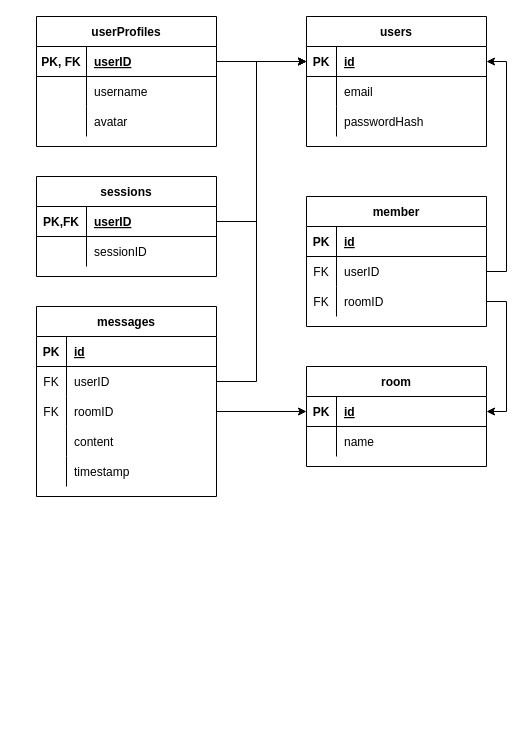
This is database.drawio from EliasEriksson/Chat.app, a draw.io file, before an edit. Source tidied: cells renumbered, new cells numbered last; positions are measured from the earlier drawing's top-left corner, leaving out a move shared by most shapes. Both pictures are drawn from the tidied source at 100%, with x=0, y=0 at pixel (36, 16).
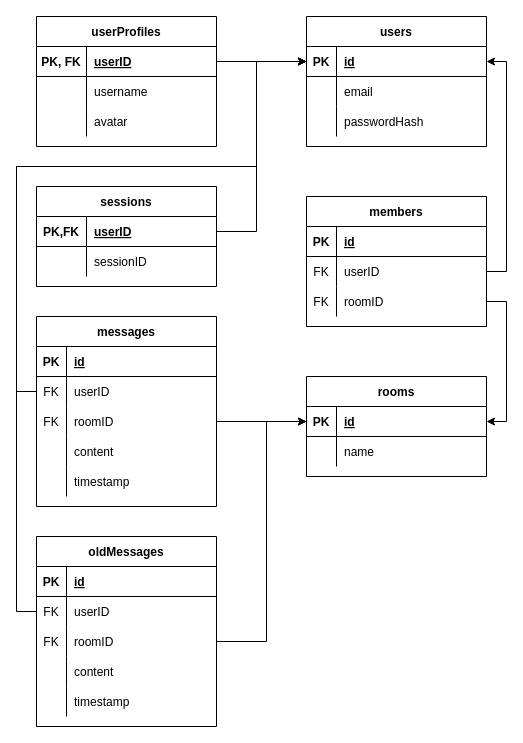
Above is the later version.

The change refers to these unchanged cells:
```xml
<mxCell id="3" style="shape=partialRectangle;fillColor=none;top=0;left=0;bottom=1;right=0;points=[[0,0.5],[1,0.5]];portConstraint=eastwest;" parent="2" vertex="1">
  <mxGeometry y="30" width="180" height="30" as="geometry" />
</mxCell>
<mxCell id="24" style="shape=partialRectangle;fillColor=none;top=0;left=0;bottom=1;right=0;points=[[0,0.5],[1,0.5]];portConstraint=eastwest;" parent="23" vertex="1">
  <mxGeometry y="30" width="180" height="30" as="geometry" />
</mxCell>
<mxCell id="32" style="shape=partialRectangle;fillColor=none;top=0;left=0;bottom=1;right=0;points=[[0,0.5],[1,0.5]];portConstraint=eastwest;" parent="31" vertex="1">
  <mxGeometry y="30" width="180" height="30" as="geometry" />
</mxCell>
<mxCell id="42" style="shape=partialRectangle;fillColor=none;top=0;left=0;bottom=0;right=0;points=[[0,0.5],[1,0.5]];portConstraint=eastwest;" parent="38" vertex="1">
  <mxGeometry y="60" width="180" height="30" as="geometry" />
</mxCell>
```

Diff of the diagram source:
```diff
@@
     <mxCell id="23" value="sessions" style="shape=table;startSize=30;childLayout=tableLayout;rowLines=0;fontStyle=1;align=center;" parent="1" vertex="1">
-      <mxGeometry y="160" width="180" height="100" as="geometry" />
+      <mxGeometry y="170" width="180" height="100" as="geometry" />
     </mxCell>
@@
-    <mxCell id="30" style="edgeStyle=orthogonalEdgeStyle;rounded=0;jettySize=auto;html=1;entryX=0;entryY=0.5;entryDx=0;entryDy=0;" parent="1" edge="1" source="24" target="3">
+    <mxCell id="30" style="edgeStyle=orthogonalEdgeStyle;rounded=0;jettySize=auto;html=1;entryX=0;entryY=0.5;entryDx=0;entryDy=0;exitX=1;exitY=0.5;exitDx=0;exitDy=0;" parent="1" edge="1" source="24" target="3">
       <mxGeometry relative="1" as="geometry">
         <Array as="points">
-          <mxPoint x="220" y="205" />
+          <mxPoint x="220" y="215" />
           <mxPoint x="220" y="45" />
-          <mxPoint x="270" y="45" />
         </Array>
       </mxGeometry>
     </mxCell>
-    <mxCell id="31" value="room" style="shape=table;startSize=30;childLayout=tableLayout;rowLines=0;fontStyle=1;align=center;" parent="1" vertex="1">
-      <mxGeometry x="270" y="350" width="180" height="100" as="geometry" />
+    <mxCell id="31" value="rooms" style="shape=table;startSize=30;childLayout=tableLayout;rowLines=0;fontStyle=1;align=center;" parent="1" vertex="1">
+      <mxGeometry x="270" y="360" width="180" height="100" as="geometry" />
     </mxCell>
@@
     <mxCell id="38" value="messages" style="shape=table;startSize=30;childLayout=tableLayout;rowLines=0;fontStyle=1;align=center;" parent="1" vertex="1">
-      <mxGeometry y="290" width="180" height="190" as="geometry" />
+      <mxGeometry y="300" width="180" height="190" as="geometry" />
     </mxCell>
@@
-    <mxCell id="54" style="edgeStyle=orthogonalEdgeStyle;rounded=0;jettySize=auto;html=1;entryX=0;entryY=0.5;entryDx=0;entryDy=0;exitX=1;exitY=0.5;exitDx=0;exitDy=0;" parent="1" edge="1" source="42" target="3">
+    <mxCell id="54" style="edgeStyle=orthogonalEdgeStyle;rounded=0;jettySize=auto;html=1;entryX=0;entryY=0.5;entryDx=0;entryDy=0;exitX=0;exitY=0.5;exitDx=0;exitDy=0;" parent="1" edge="1" source="42" target="3">
       <mxGeometry relative="1" as="geometry">
         <Array as="points">
-          <mxPoint x="220" y="365" />
+          <mxPoint x="-20" y="375" />
+          <mxPoint x="-20" y="150" />
+          <mxPoint x="220" y="150" />
           <mxPoint x="220" y="45" />
         </Array>
       </mxGeometry>
     </mxCell>
@@
-    <mxCell id="56" value="member" style="shape=table;startSize=30;childLayout=tableLayout;rowLines=0;fontStyle=1;align=center;" parent="1" vertex="1">
+    <mxCell id="56" value="members" style="shape=table;startSize=30;childLayout=tableLayout;rowLines=0;fontStyle=1;align=center;" parent="1" vertex="1">
       <mxGeometry x="270" y="180" width="180" height="130" as="geometry" />
     </mxCell>
@@
+    <mxCell id="68" value="oldMessages" style="shape=table;startSize=30;childLayout=tableLayout;rowLines=0;fontStyle=1;align=center;" parent="1" vertex="1">
+      <mxGeometry y="520" width="180" height="190" as="geometry" />
+    </mxCell>
+    <mxCell id="69" style="shape=partialRectangle;fillColor=none;top=0;left=0;bottom=1;right=0;" parent="68" vertex="1">
+      <mxGeometry y="30" width="180" height="30" as="geometry" />
+    </mxCell>
+    <mxCell id="70" value="PK" style="shape=partialRectangle;fillColor=none;top=0;left=0;bottom=0;right=0;fontStyle=1;overflow=hidden;" parent="69" vertex="1">
+      <mxGeometry width="30" height="30" as="geometry" />
+    </mxCell>
+    <mxCell id="71" value="id" style="shape=partialRectangle;fillColor=none;top=0;left=0;bottom=0;right=0;align=left;spacingLeft=6;fontStyle=5;overflow=hidden;" parent="69" vertex="1">
+      <mxGeometry x="30" width="150" height="30" as="geometry" />
+    </mxCell>
+    <mxCell id="72" style="shape=partialRectangle;fillColor=none;top=0;left=0;bottom=0;right=0;points=[[0,0.5],[1,0.5]];portConstraint=eastwest;" parent="68" vertex="1">
+      <mxGeometry y="60" width="180" height="30" as="geometry" />
+    </mxCell>
+    <mxCell id="73" value="FK" style="shape=partialRectangle;fillColor=none;top=0;left=0;bottom=0;right=0;overflow=hidden;" parent="72" vertex="1">
+      <mxGeometry width="30" height="30" as="geometry" />
+    </mxCell>
+    <mxCell id="74" value="userID" style="shape=partialRectangle;fillColor=none;top=0;left=0;bottom=0;right=0;align=left;spacingLeft=6;overflow=hidden;" parent="72" vertex="1">
+      <mxGeometry x="30" width="150" height="30" as="geometry" />
+    </mxCell>
+    <mxCell id="75" style="shape=partialRectangle;fillColor=none;top=0;left=0;bottom=0;right=0;points=[[0,0.5],[1,0.5]];portConstraint=eastwest;" parent="68" vertex="1">
+      <mxGeometry y="90" width="180" height="30" as="geometry" />
+    </mxCell>
+    <mxCell id="76" value="FK" style="shape=partialRectangle;fillColor=none;top=0;left=0;bottom=0;right=0;overflow=hidden;" parent="75" vertex="1">
+      <mxGeometry width="30" height="30" as="geometry" />
+    </mxCell>
+    <mxCell id="77" value="roomID" style="shape=partialRectangle;fillColor=none;top=0;left=0;bottom=0;right=0;align=left;spacingLeft=6;overflow=hidden;" parent="75" vertex="1">
+      <mxGeometry x="30" width="150" height="30" as="geometry" />
+    </mxCell>
+    <mxCell id="78" style="shape=partialRectangle;fillColor=none;top=0;left=0;bottom=0;right=0;" parent="68" vertex="1">
+      <mxGeometry y="120" width="180" height="30" as="geometry" />
+    </mxCell>
+    <mxCell id="79" style="shape=partialRectangle;fillColor=none;top=0;left=0;bottom=0;right=0;overflow=hidden;" parent="78" vertex="1">
+      <mxGeometry width="30" height="30" as="geometry" />
+    </mxCell>
+    <mxCell id="80" value="content" style="shape=partialRectangle;fillColor=none;top=0;left=0;bottom=0;right=0;align=left;spacingLeft=6;overflow=hidden;" parent="78" vertex="1">
+      <mxGeometry x="30" width="150" height="30" as="geometry" />
+    </mxCell>
+    <mxCell id="81" style="shape=partialRectangle;fillColor=none;top=0;left=0;bottom=0;right=0;" parent="68" vertex="1">
+      <mxGeometry y="150" width="180" height="30" as="geometry" />
+    </mxCell>
+    <mxCell id="82" style="shape=partialRectangle;fillColor=none;top=0;left=0;bottom=0;right=0;overflow=hidden;" parent="81" vertex="1">
+      <mxGeometry width="30" height="30" as="geometry" />
+    </mxCell>
+    <mxCell id="83" value="timestamp" style="shape=partialRectangle;fillColor=none;top=0;left=0;bottom=0;right=0;align=left;spacingLeft=6;overflow=hidden;" parent="81" vertex="1">
+      <mxGeometry x="30" width="150" height="30" as="geometry" />
+    </mxCell>
+    <mxCell id="84" style="edgeStyle=orthogonalEdgeStyle;rounded=0;jettySize=auto;html=1;exitX=0;exitY=0.5;exitDx=0;exitDy=0;entryX=0;entryY=0.5;entryDx=0;entryDy=0;" parent="1" edge="1" source="72" target="3">
+      <mxGeometry relative="1" as="geometry">
+        <Array as="points">
+          <mxPoint x="-20" y="595" />
+          <mxPoint x="-20" y="150" />
+          <mxPoint x="220" y="150" />
+          <mxPoint x="220" y="45" />
+        </Array>
+      </mxGeometry>
+    </mxCell>
+    <mxCell id="85" style="edgeStyle=orthogonalEdgeStyle;rounded=0;jettySize=auto;html=1;exitX=1;exitY=0.5;exitDx=0;exitDy=0;entryX=0;entryY=0.5;entryDx=0;entryDy=0;" parent="1" edge="1" source="75" target="32">
+      <mxGeometry relative="1" as="geometry">
+        <Array as="points">
+          <mxPoint x="230" y="625" />
+          <mxPoint x="230" y="405" />
+        </Array>
+      </mxGeometry>
+    </mxCell>
```
